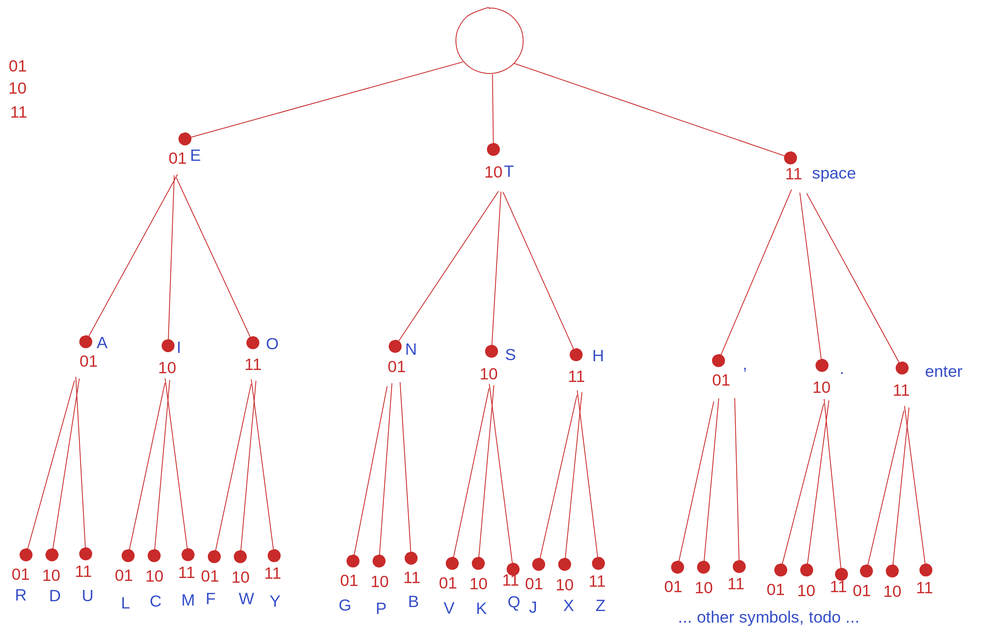
Mee42/threeboard keeps this Excalidraw diagram as tree.svg. Above is the earlier version. Source tidied: one line per element, renumbered; positions are measured from the earlier drawing's top-left corner, leaving out a move shared by most shapes.
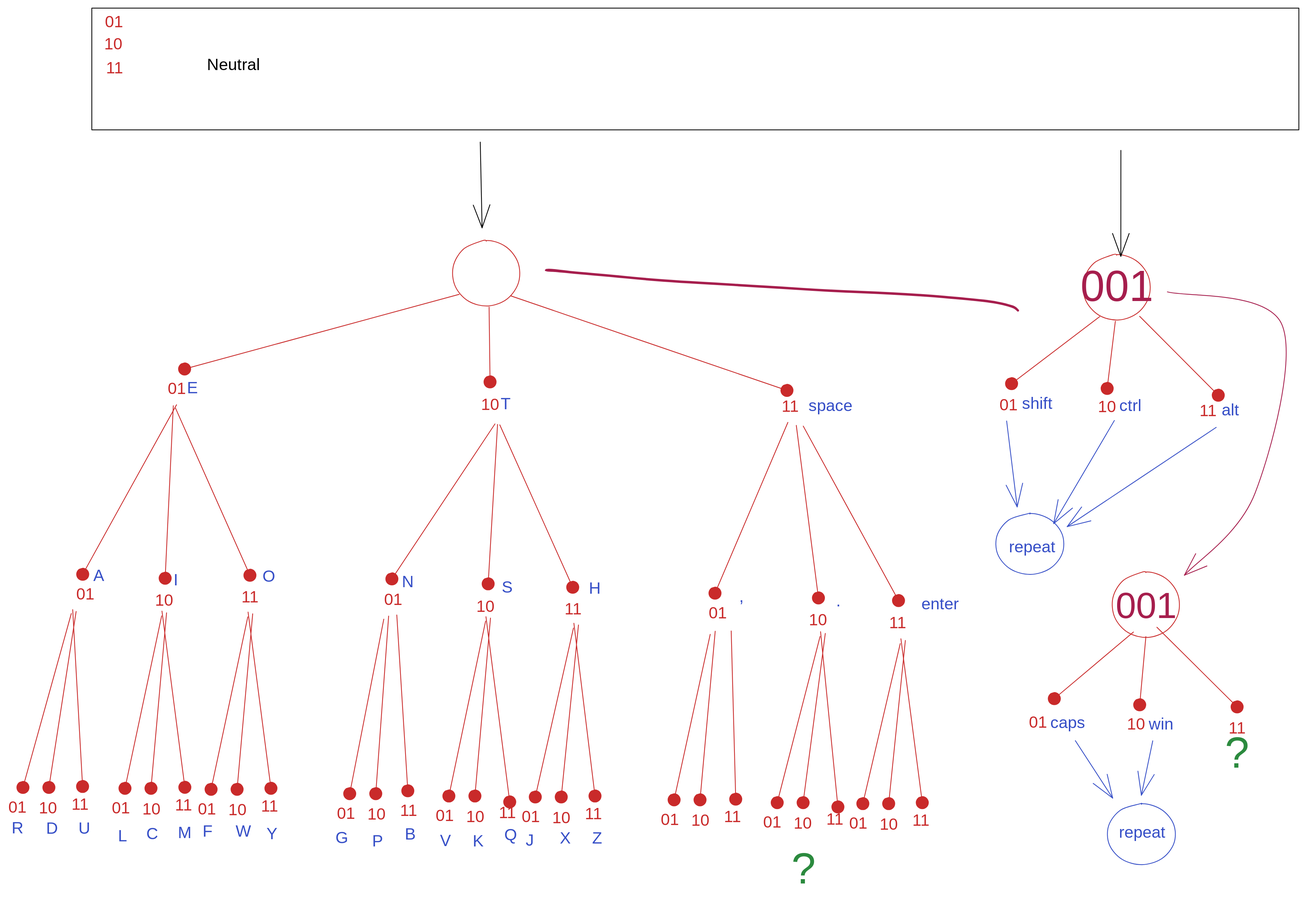
After the commit.

The edit, as a diff of the source:
```diff
@@ -1,15 +1,15 @@
 {"id": 0, "type": "arrow", "strokeColor": "#c92a2a", "strokeWidth": 1, "roughness": 0, "endArrowhead": "dot", "from": 81, "to": 4, "x": 596, "y": 82, "width": 1, "height": 92, "points": [[0, 0], [1, 92]]}
-{"id": 1, "type": "arrow", "strokeColor": "#c92a2a", "strokeWidth": 1, "roughness": 0, "endArrowhead": "dot", "from": 81, "to": 3, "x": 560, "y": 66, "width": 342, "height": 95, "points": [[0, 0], [-342, 95]]}
+{"id": 1, "type": "arrow", "strokeColor": "#c92a2a", "strokeWidth": 1, "roughness": 0, "endArrowhead": "dot", "from": 81, "to": 3, "x": 559, "y": 66, "width": 338, "height": 92, "points": [[0, 0], [-338, 92]]}
 {"id": 2, "type": "arrow", "strokeColor": "#c92a2a", "strokeWidth": 1, "roughness": 0, "endArrowhead": "dot", "to": 8, "x": 623, "y": 68, "width": 340, "height": 117, "points": [[0, 0], [340, 117]]}
-{"id": 3, "type": "text", "text": "01", "strokeColor": "#c92a2a", "strokeWidth": 1, "roughness": 0, "fontSize": 20, "fontFamily": 3, "x": 197, "y": 172, "width": 23, "height": 25}
+{"id": 3, "type": "text", "text": "01", "strokeColor": "#c92a2a", "strokeWidth": 1, "roughness": 0, "fontSize": 20, "fontFamily": 3, "x": 200, "y": 169, "width": 23, "height": 25}
 {"id": 4, "type": "text", "text": "10", "strokeColor": "#c92a2a", "strokeWidth": 1, "roughness": 0, "fontSize": 20, "fontFamily": 3, "textAlign": "center", "x": 586, "y": 189, "width": 23, "height": 25}
-{"id": 5, "type": "text", "text": "11", "strokeColor": "#c92a2a", "strokeWidth": 1, "roughness": 0, "fontSize": 20, "fontFamily": 3, "textAlign": "center", "x": 2, "y": 116, "width": 23, "height": 24}
+{"id": 5, "type": "text", "text": "11", "strokeColor": "#c92a2a", "strokeWidth": 1, "roughness": 0, "fontSize": 20, "fontFamily": 3, "textAlign": "center", "x": 124, "y": -225, "width": 23, "height": 24}
-{"id": 6, "type": "text", "text": "10", "strokeColor": "#c92a2a", "strokeWidth": 1, "roughness": 0, "fontSize": 20, "fontFamily": 3, "textAlign": "center", "x": 0, "y": 86, "width": 23, "height": 24}
+{"id": 6, "type": "text", "text": "10", "strokeColor": "#c92a2a", "strokeWidth": 1, "roughness": 0, "fontSize": 20, "fontFamily": 3, "textAlign": "center", "x": 122, "y": -255, "width": 23, "height": 24}
-{"id": 7, "type": "text", "text": "01", "strokeColor": "#c92a2a", "strokeWidth": 1, "roughness": 0, "fontSize": 20, "fontFamily": 3, "textAlign": "center", "x": 1, "y": 59, "width": 23, "height": 24}
+{"id": 7, "type": "text", "text": "01", "strokeColor": "#c92a2a", "strokeWidth": 1, "roughness": 0, "fontSize": 20, "fontFamily": 3, "textAlign": "center", "x": 123, "y": -282, "width": 23, "height": 24}
 {"id": 8, "type": "text", "text": "11", "strokeColor": "#c92a2a", "strokeWidth": 1, "roughness": 0, "fontSize": 20, "fontFamily": 3, "x": 957, "y": 192, "width": 23, "height": 24}
-{"id": 9, "type": "arrow", "strokeColor": "#c92a2a", "strokeWidth": 1, "roughness": 0, "endArrowhead": "dot", "from": 3, "to": 14, "x": 208, "y": 205, "width": 113, "height": 206, "points": [[0, 0], [-113, 206]]}
+{"id": 9, "type": "arrow", "strokeColor": "#c92a2a", "strokeWidth": 1, "roughness": 0, "endArrowhead": "dot", "from": 3, "to": 14, "x": 211, "y": 202, "width": 116, "height": 209, "points": [[0, 0], [-116, 209]]}
-{"id": 10, "type": "arrow", "strokeColor": "#c92a2a", "strokeWidth": 1, "roughness": 0, "endArrowhead": "dot", "from": 3, "to": 12, "x": 207, "y": 209, "width": 94, "height": 203, "points": [[0, 0], [94, 203]]}
+{"id": 10, "type": "arrow", "strokeColor": "#c92a2a", "strokeWidth": 1, "roughness": 0, "endArrowhead": "dot", "from": 3, "to": 12, "x": 210, "y": 206, "width": 92, "height": 206, "points": [[0, 0], [92, 206]]}
-{"id": 11, "type": "arrow", "strokeColor": "#c92a2a", "strokeWidth": 1, "roughness": 0, "endArrowhead": "dot", "from": 3, "to": 13, "x": 205, "y": 206, "width": 8, "height": 209, "points": [[0, 0], [-8, 209]]}
+{"id": 11, "type": "arrow", "strokeColor": "#c92a2a", "strokeWidth": 1, "roughness": 0, "endArrowhead": "dot", "from": 3, "to": 13, "x": 207, "y": 203, "width": 10, "height": 212, "points": [[0, 0], [-10, 212]]}
 {"id": 12, "type": "text", "text": "11", "strokeColor": "#c92a2a", "strokeWidth": 1, "roughness": 0, "fontSize": 20, "fontFamily": 3, "textAlign": "center", "x": 290, "y": 427, "width": 23, "height": 24}
 {"id": 13, "type": "text", "text": "10", "strokeColor": "#c92a2a", "strokeWidth": 1, "roughness": 0, "fontSize": 20, "fontFamily": 3, "textAlign": "center", "x": 184, "y": 431, "width": 23, "height": 24}
 {"id": 14, "type": "text", "text": "01", "strokeColor": "#c92a2a", "strokeWidth": 1, "roughness": 0, "fontSize": 20, "fontFamily": 3, "textAlign": "center", "x": 87, "y": 423, "width": 23, "height": 24}
@@ -110,4 +110,41 @@
 {"id": 109, "type": "text", "text": "enter", "strokeColor": "#364fc7", "strokeWidth": 1, "roughness": 0, "fontSize": 20, "fontFamily": 3, "x": 1129, "y": 435, "width": 59, "height": 24}
 {"id": 110, "type": "text", "text": ".", "strokeColor": "#364fc7", "strokeWidth": 1, "roughness": 0, "fontSize": 20, "fontFamily": 3, "x": 1024, "y": 432, "width": 12, "height": 24}
 {"id": 111, "type": "text", "text": ",", "strokeColor": "#364fc7", "strokeWidth": 1, "roughness": 0, "fontSize": 20, "fontFamily": 3, "x": 905, "y": 426, "width": 12, "height": 24}
-{"id": 112, "type": "text", "text": "... other symbols, todo ...", "strokeColor": "#364fc7", "strokeWidth": 1, "roughness": 0, "fontSize": 20, "fontFamily": 3, "x": 825, "y": 738, "width": 317, "height": 24}
+{"id": 113, "type": "freedraw", "strokeColor": "#a61e4d", "strokeWidth": 1, "roughness": 1, "x": 666, "y": 37, "width": 583, "height": 50, "points": [[0, 0], [-1, 0], [0, -1], [10, -1], [29, 2], [56, 4], [90, 7], [128, 11], [168, 14], [214, 16], [257, 19], [295, 21], [337, 24], [374, 26], [411, 27], [447, 29], [480, 31], [510, 34], [533, 36], [552, 38], [566, 41], [575, 44], [579, 45], [580, 47], [581, 48], [582, 48], [582, 49], [582, 49]]}
+{"id": 114, "type": "arrow", "strokeColor": "#c92a2a", "strokeWidth": 1, "roughness": 0, "endArrowhead": "dot", "from": 121, "to": 125, "x": 1368, "y": 99, "width": 10, "height": 83, "points": [[0, 0], [-10, 83]]}
+{"id": 115, "type": "arrow", "strokeColor": "#c92a2a", "strokeWidth": 1, "roughness": 0, "endArrowhead": "dot", "from": 121, "to": 124, "x": 1348, "y": 94, "width": 108, "height": 83, "points": [[0, 0], [-108, 83]]}
+{"id": 116, "type": "arrow", "strokeColor": "#c92a2a", "strokeWidth": 1, "roughness": 0, "endArrowhead": "dot", "from": 121, "to": 126, "x": 1398, "y": 93, "width": 97, "height": 97, "points": [[0, 0], [97, 97]]}
+{"id": 117, "type": "text", "text": "01", "strokeColor": "#c92a2a", "strokeWidth": 1, "roughness": 0, "fontSize": 20, "fontFamily": 3, "x": 1225, "y": 189, "width": 23, "height": 25}
+{"id": 118, "type": "text", "text": "10", "strokeColor": "#c92a2a", "strokeWidth": 1, "roughness": 0, "fontSize": 20, "fontFamily": 3, "textAlign": "center", "x": 1346, "y": 191, "width": 23, "height": 25}
+{"id": 119, "type": "text", "text": "11", "strokeColor": "#c92a2a", "strokeWidth": 1, "roughness": 0, "fontSize": 20, "fontFamily": 3, "x": 1471, "y": 197, "width": 23, "height": 24}
+{"id": 120, "type": "ellipse", "strokeColor": "#c92a2a", "strokeWidth": 1, "roughness": 0, "x": 1328, "y": 17, "width": 83, "height": 81}
+{"id": 121, "type": "text", "text": "001", "strokeColor": "#a61e4d", "strokeWidth": 1, "roughness": 1, "fontSize": 53.6, "fontFamily": 3, "x": 1325, "y": 21, "width": 94, "height": 67}
+{"id": 122, "type": "ellipse", "strokeColor": "#364fc7", "strokeWidth": 1, "roughness": 0, "x": 1220, "y": 336, "width": 84, "height": 75}
+{"id": 123, "type": "text", "text": "repeat ", "strokeColor": "#364fc7", "strokeWidth": 1, "roughness": 0, "fontSize": 20, "fontFamily": 3, "textAlign": "center", "verticalAlign": "middle", "x": 1227, "y": 364, "width": 82, "height": 25}
+{"id": 124, "type": "text", "text": "shift\n", "strokeColor": "#364fc7", "strokeWidth": 1, "roughness": 0, "fontSize": 20, "fontFamily": 3, "x": 1253, "y": 187, "width": 59, "height": 50}
+{"id": 125, "type": "text", "text": "ctrl", "strokeColor": "#364fc7", "strokeWidth": 1, "roughness": 0, "fontSize": 20, "fontFamily": 3, "x": 1373, "y": 190, "width": 47, "height": 25}
+{"id": 126, "type": "text", "text": "alt", "strokeColor": "#364fc7", "strokeWidth": 1, "roughness": 0, "fontSize": 20, "fontFamily": 3, "x": 1499, "y": 195, "width": 35, "height": 25}
+{"id": 127, "type": "arrow", "strokeColor": "#364fc7", "strokeWidth": 1, "roughness": 0, "endArrowhead": "arrow", "from": 117, "to": 122, "x": 1234, "y": 222, "width": 13, "height": 106, "points": [[0, 0], [13, 106]]}
+{"id": 128, "type": "arrow", "strokeColor": "#364fc7", "strokeWidth": 1, "roughness": 0, "endArrowhead": "arrow", "from": 125, "to": 123, "x": 1367, "y": 222, "width": 75, "height": 127, "points": [[0, 0], [-75, 127]]}
+{"id": 129, "type": "arrow", "strokeColor": "#364fc7", "strokeWidth": 1, "roughness": 0, "endArrowhead": "arrow", "from": 126, "to": 122, "x": 1492, "y": 230, "width": 184, "height": 122, "points": [[0, 0], [-184, 122]]}
+{"id": 130, "type": "arrow", "strokeColor": "#a61e4d", "strokeWidth": 1, "roughness": 0, "endArrowhead": "arrow", "from": 121, "to": 137, "x": 1432, "y": 63, "width": 141, "height": 349, "points": [[0, 0], [141, 40], [108, 248], [21, 349]]}
+{"id": 131, "type": "arrow", "strokeColor": "#c92a2a", "strokeWidth": 1, "roughness": 0, "endArrowhead": "dot", "from": 138, "to": 139, "x": 1405, "y": 488, "width": 8, "height": 84, "points": [[0, 0], [-8, 84]]}
+{"id": 132, "type": "arrow", "strokeColor": "#c92a2a", "strokeWidth": 1, "roughness": 0, "endArrowhead": "dot", "from": 138, "x": 1390, "y": 482, "width": 97, "height": 82, "points": [[0, 0], [-97, 82]]}
+{"id": 133, "type": "arrow", "strokeColor": "#c92a2a", "strokeWidth": 1, "roughness": 0, "endArrowhead": "dot", "from": 138, "to": 136, "x": 1419, "y": 476, "width": 99, "height": 98, "points": [[0, 0], [99, 98]]}
+{"id": 134, "type": "text", "text": "01", "strokeColor": "#c92a2a", "strokeWidth": 1, "roughness": 0, "fontSize": 20, "fontFamily": 3, "x": 1261, "y": 580, "width": 23, "height": 25}
+{"id": 135, "type": "text", "text": "10", "strokeColor": "#c92a2a", "strokeWidth": 1, "roughness": 0, "fontSize": 20, "fontFamily": 3, "textAlign": "center", "x": 1382, "y": 582, "width": 23, "height": 25}
+{"id": 136, "type": "text", "text": "11", "strokeColor": "#c92a2a", "strokeWidth": 1, "roughness": 0, "fontSize": 20, "fontFamily": 3, "x": 1507, "y": 588, "width": 23, "height": 24}
+{"id": 137, "type": "ellipse", "strokeColor": "#c92a2a", "strokeWidth": 1, "roughness": 0, "x": 1364, "y": 408, "width": 83, "height": 81}
+{"id": 138, "type": "text", "text": "001", "strokeColor": "#a61e4d", "strokeWidth": 1, "roughness": 1, "fontSize": 45.03, "fontFamily": 3, "x": 1368, "y": 420, "width": 79, "height": 56}
+{"id": 139, "type": "text", "text": "win", "strokeColor": "#364fc7", "strokeWidth": 1, "roughness": 0, "fontSize": 20, "fontFamily": 3, "x": 1409, "y": 582, "width": 35, "height": 25}
+{"id": 140, "type": "text", "text": "?", "strokeColor": "#2b8a3e", "strokeWidth": 1, "roughness": 0, "fontSize": 53.6, "fontFamily": 3, "x": 1503, "y": 595, "width": 32, "height": 67}
+{"id": 141, "type": "arrow", "strokeColor": "#364fc7", "strokeWidth": 1, "roughness": 0, "endArrowhead": "arrow", "from": 139, "to": 142, "x": 1414, "y": 616, "width": 14, "height": 67, "points": [[0, 0], [-14, 67]]}
+{"id": 142, "type": "ellipse", "strokeColor": "#364fc7", "strokeWidth": 1, "roughness": 0, "x": 1358, "y": 694, "width": 84, "height": 75}
+{"id": 143, "type": "text", "text": "repeat", "strokeColor": "#364fc7", "strokeWidth": 1, "roughness": 0, "fontSize": 20, "fontFamily": 3, "textAlign": "center", "verticalAlign": "middle", "x": 1366, "y": 716, "width": 70, "height": 25}
+{"id": 144, "type": "text", "text": "?", "strokeColor": "#2b8a3e", "strokeWidth": 1, "roughness": 0, "fontSize": 53.6, "fontFamily": 3, "x": 969, "y": 738, "width": 32, "height": 67}
+{"id": 145, "type": "rectangle", "strokeColor": "#000000", "strokeWidth": 1, "roughness": 0, "x": 107, "y": -286, "width": 1487, "height": 150}
+{"id": 146, "type": "text", "text": "Neutral", "strokeColor": "#000000", "strokeWidth": 1, "roughness": 0, "fontSize": 20, "fontFamily": 3, "x": 249, "y": -230, "width": 82, "height": 25}
+{"id": 147, "type": "arrow", "strokeColor": "#000000", "strokeWidth": 1, "roughness": 0, "endArrowhead": "arrow", "from": 145, "to": 81, "x": 585, "y": -121, "width": 2, "height": 106, "points": [[0, 0], [2, 106]]}
+{"id": 148, "type": "arrow", "strokeColor": "#000000", "strokeWidth": 1, "roughness": 0, "endArrowhead": "arrow", "from": 145, "to": 121, "x": 1375, "y": -111, "width": 0, "height": 130, "points": [[0, 0], [0, 130]]}
+{"id": 149, "type": "text", "text": "caps", "strokeColor": "#364fc7", "strokeWidth": 1, "roughness": 0, "fontSize": 20, "fontFamily": 3, "x": 1288, "y": 581, "width": 47, "height": 25}
+{"id": 150, "type": "arrow", "strokeColor": "#364fc7", "strokeWidth": 1, "roughness": 0, "endArrowhead": "arrow", "from": 149, "to": 142, "x": 1319, "y": 616, "width": 46, "height": 71, "points": [[0, 0], [46, 71]]}
```
